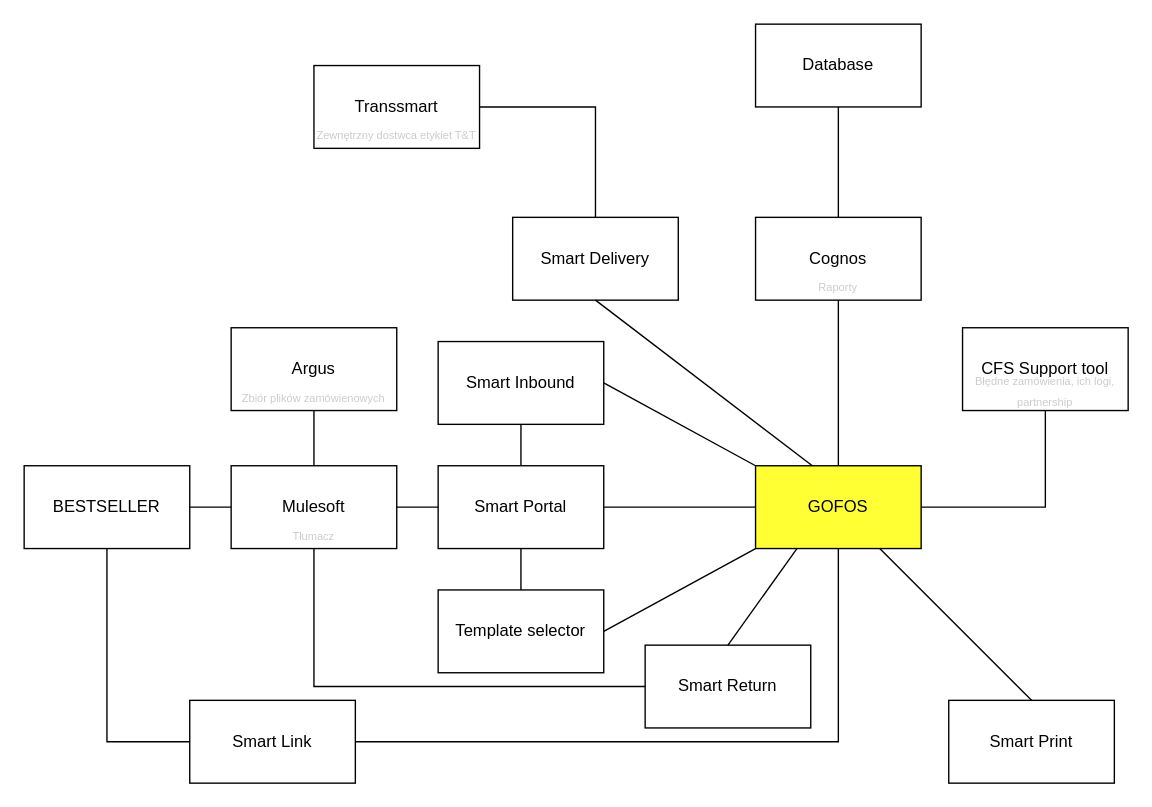
Above: Ingram-Applications&Dependencies.drawio in gawlak/ingram_vdl (draw.io), before the change. Source tidied: cells renumbered, new cells numbered last; positions are measured from the earlier drawing's top-left corner, leaving out a move shared by most shapes. Both pictures are drawn from the tidied source at 138%, with x=0, y=0 at pixel (23, 23).
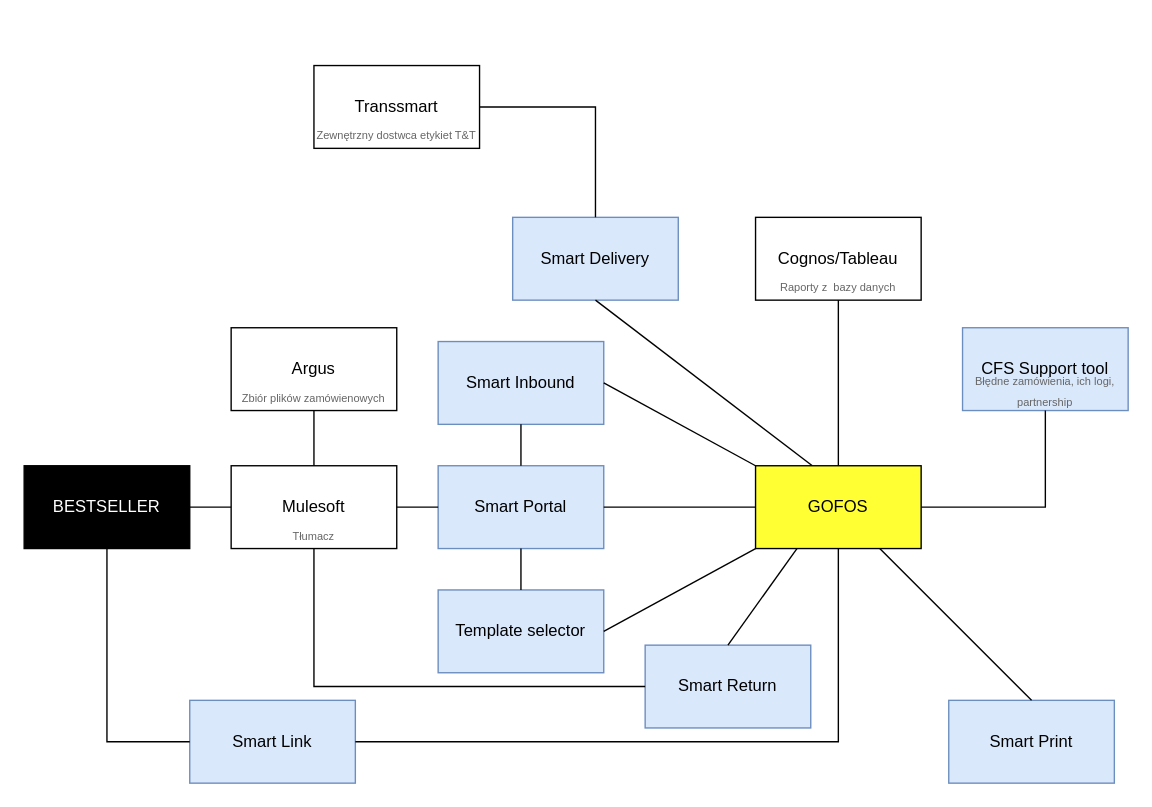
Above is the later version.

The edit, as a diff of the source:
```diff
@@
-    <mxCell id="2" value="BESTSELLER" style="rounded=0;whiteSpace=wrap;html=1;" parent="1" vertex="1">
+    <mxCell id="2" value="&lt;font color=&quot;#ffffff&quot;&gt;BESTSELLER&lt;/font&gt;" style="rounded=0;whiteSpace=wrap;html=1;fillColor=#000000;" parent="1" vertex="1">
       <mxGeometry y="320" width="120" height="60" as="geometry" />
     </mxCell>
@@
-    <mxCell id="5" value="Smart Portal" style="whiteSpace=wrap;html=1;" parent="1" vertex="1">
+    <mxCell id="5" value="Smart Portal" style="whiteSpace=wrap;html=1;fillColor=#dae8fc;strokeColor=#6c8ebf;" parent="1" vertex="1">
       <mxGeometry x="300" y="320" width="120" height="60" as="geometry" />
     </mxCell>
@@
-    <mxCell id="8" value="Smart Inbound" style="whiteSpace=wrap;html=1;" parent="1" vertex="1">
+    <mxCell id="8" value="Smart Inbound" style="whiteSpace=wrap;html=1;fillColor=#dae8fc;strokeColor=#6c8ebf;" parent="1" vertex="1">
       <mxGeometry x="300" y="230" width="120" height="60" as="geometry" />
     </mxCell>
-    <mxCell id="9" value="Smart Return" style="whiteSpace=wrap;html=1;" parent="1" vertex="1">
+    <mxCell id="9" value="Smart Return" style="whiteSpace=wrap;html=1;fillColor=#dae8fc;strokeColor=#6c8ebf;" parent="1" vertex="1">
       <mxGeometry x="450" y="450" width="120" height="60" as="geometry" />
     </mxCell>
-    <mxCell id="10" value="Smart Delivery" style="whiteSpace=wrap;html=1;" parent="1" vertex="1">
+    <mxCell id="10" value="Smart Delivery" style="whiteSpace=wrap;html=1;fillColor=#dae8fc;strokeColor=#6c8ebf;" parent="1" vertex="1">
       <mxGeometry x="354" y="140" width="120" height="60" as="geometry" />
     </mxCell>
-    <mxCell id="11" value="Cognos" style="whiteSpace=wrap;html=1;" parent="1" vertex="1">
+    <mxCell id="11" value="Cognos/Tableau" style="whiteSpace=wrap;html=1;" parent="1" vertex="1">
       <mxGeometry x="530" y="140" width="120" height="60" as="geometry" />
     </mxCell>
-    <mxCell id="12" value="Smart Print" style="whiteSpace=wrap;html=1;" parent="1" vertex="1">
+    <mxCell id="12" value="Smart Print" style="whiteSpace=wrap;html=1;fillColor=#dae8fc;strokeColor=#6c8ebf;" parent="1" vertex="1">
       <mxGeometry x="670" y="490" width="120" height="60" as="geometry" />
     </mxCell>
@@
-    <mxCell id="17" value="Smart Link" style="whiteSpace=wrap;html=1;" parent="1" vertex="1">
+    <mxCell id="17" value="Smart Link" style="whiteSpace=wrap;html=1;fillColor=#dae8fc;strokeColor=#6c8ebf;" parent="1" vertex="1">
       <mxGeometry x="120" y="490" width="120" height="60" as="geometry" />
     </mxCell>
@@
-    <mxCell id="25" value="Template selector" style="whiteSpace=wrap;html=1;" parent="1" vertex="1">
+    <mxCell id="25" value="Template selector" style="whiteSpace=wrap;html=1;fillColor=#dae8fc;strokeColor=#6c8ebf;" parent="1" vertex="1">
       <mxGeometry x="300" y="410" width="120" height="60" as="geometry" />
     </mxCell>
@@
-    <mxCell id="28" value="CFS Support tool" style="whiteSpace=wrap;html=1;" parent="1" vertex="1">
+    <mxCell id="28" value="CFS Support tool" style="whiteSpace=wrap;html=1;fillColor=#dae8fc;strokeColor=#6c8ebf;" parent="1" vertex="1">
       <mxGeometry x="680" y="220" width="120" height="60" as="geometry" />
     </mxCell>
@@
-    <mxCell id="30" value="Database" style="whiteSpace=wrap;html=1;" parent="1" vertex="1">
-      <mxGeometry x="530" width="120" height="60" as="geometry" />
-    </mxCell>
-    <mxCell id="31" style="endArrow=none;html=1;rounded=0;exitX=0.5;exitY=0;exitDx=0;exitDy=0;entryX=0.5;entryY=1;entryDx=0;entryDy=0;" parent="1" edge="1" source="11" target="30">
-      <mxGeometry relative="1" as="geometry" />
-    </mxCell>
@@
-    <mxCell id="35" value="&lt;font style=&quot;font-size: 8px&quot; color=&quot;#cccccc&quot;&gt;Tłumacz&lt;/font&gt;" style="text;html=1;strokeColor=none;fillColor=none;align=center;verticalAlign=middle;whiteSpace=wrap;rounded=0;" parent="1" vertex="1">
+    <mxCell id="35" value="&lt;font style=&quot;font-size: 8px&quot; color=&quot;#666666&quot;&gt;Tłumacz&lt;/font&gt;" style="text;html=1;strokeColor=none;fillColor=none;align=center;verticalAlign=middle;whiteSpace=wrap;rounded=0;" parent="1" vertex="1">
       <mxGeometry x="190" y="360" width="40" height="20" as="geometry" />
     </mxCell>
-    <mxCell id="36" value="&lt;font style=&quot;font-size: 8px&quot; color=&quot;#cccccc&quot;&gt;Raporty&lt;/font&gt;" style="text;html=1;strokeColor=none;fillColor=none;align=center;verticalAlign=middle;whiteSpace=wrap;rounded=0;" parent="1" vertex="1">
-      <mxGeometry x="570" y="180" width="40" height="20" as="geometry" />
+    <mxCell id="36" value="&lt;font style=&quot;font-size: 8px&quot; color=&quot;#666666&quot;&gt;Raporty z&amp;nbsp; bazy danych&lt;/font&gt;" style="text;html=1;strokeColor=none;fillColor=none;align=center;verticalAlign=middle;whiteSpace=wrap;rounded=0;" parent="1" vertex="1">
+      <mxGeometry x="540" y="180" width="100" height="20" as="geometry" />
     </mxCell>
-    <mxCell id="37" value="&lt;font color=&quot;#cccccc&quot;&gt;&lt;span style=&quot;font-size: 8px&quot;&gt;Zbiór plików zamówienowych&lt;/span&gt;&lt;/font&gt;" style="text;html=1;strokeColor=none;fillColor=none;align=center;verticalAlign=middle;whiteSpace=wrap;rounded=0;" parent="1" vertex="1">
+    <mxCell id="37" value="&lt;span style=&quot;font-size: 8px&quot;&gt;&lt;font color=&quot;#666666&quot;&gt;Zbiór plików zamówienowych&lt;/font&gt;&lt;/span&gt;" style="text;html=1;strokeColor=none;fillColor=none;align=center;verticalAlign=middle;whiteSpace=wrap;rounded=0;" parent="1" vertex="1">
       <mxGeometry x="155" y="260" width="110" height="20" as="geometry" />
     </mxCell>
-    <mxCell id="38" value="&lt;font color=&quot;#cccccc&quot;&gt;&lt;span style=&quot;font-size: 8px&quot;&gt;Błędne zamówienia, ich logi, partnership&lt;/span&gt;&lt;/font&gt;" style="text;html=1;strokeColor=none;fillColor=none;align=center;verticalAlign=middle;whiteSpace=wrap;rounded=0;" parent="1" vertex="1">
+    <mxCell id="38" value="&lt;span style=&quot;font-size: 8px&quot;&gt;&lt;font color=&quot;#666666&quot;&gt;Błędne zamówienia, ich logi, partnership&lt;/font&gt;&lt;/span&gt;" style="text;html=1;strokeColor=none;fillColor=none;align=center;verticalAlign=middle;whiteSpace=wrap;rounded=0;" parent="1" vertex="1">
       <mxGeometry x="685" y="260" width="110" height="10" as="geometry" />
     </mxCell>
-    <mxCell id="39" value="&lt;font color=&quot;#cccccc&quot;&gt;&lt;span style=&quot;font-size: 8px&quot;&gt;Zewnętrzny dostwca etykiet T&amp;amp;T&lt;/span&gt;&lt;/font&gt;" style="text;html=1;strokeColor=none;fillColor=none;align=center;verticalAlign=middle;whiteSpace=wrap;rounded=0;" parent="1" vertex="1">
+    <mxCell id="39" value="&lt;span style=&quot;font-size: 8px&quot;&gt;&lt;font color=&quot;#666666&quot;&gt;Zewnętrzny dostwca etykiet T&amp;amp;T&lt;/font&gt;&lt;/span&gt;" style="text;html=1;strokeColor=none;fillColor=none;align=center;verticalAlign=middle;whiteSpace=wrap;rounded=0;" parent="1" vertex="1">
       <mxGeometry x="210" y="70" width="120" height="20" as="geometry" />
     </mxCell>
```
